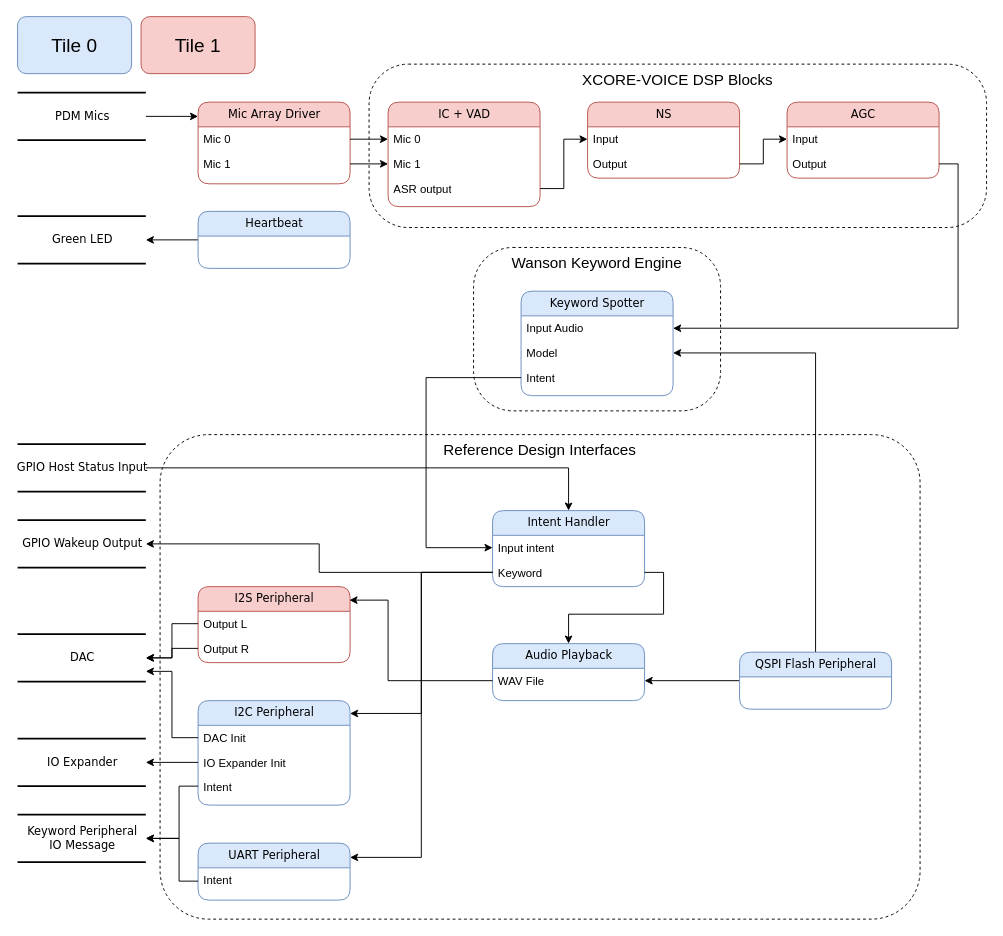
This is doc/diagrams/ffd_diagram.drawio from xmos/sln_voice, a draw.io file, before an edit. Source tidied: cells renumbered, new cells numbered last; positions are measured from the earlier drawing's top-left corner, leaving out a move shared by most shapes. Both pictures are drawn from the tidied source at 95%, with x=0, y=0 at pixel (17, 16).
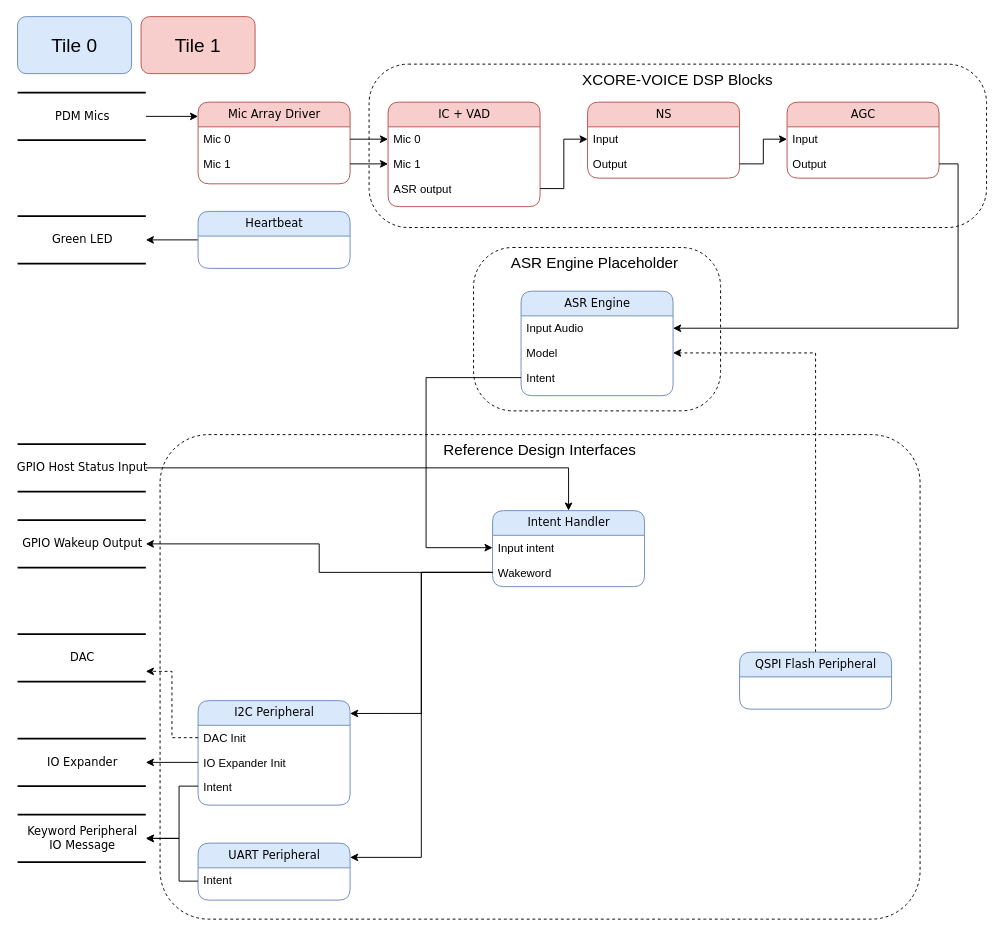
Above is the later version.

The change refers to these unchanged cells:
```xml
<mxCell id="22" value="Model" style="text;html=1;strokeColor=none;fillColor=none;spacingLeft=4;spacingRight=4;whiteSpace=wrap;overflow=hidden;points=[[0,0.5],[1,0.5]];portConstraint=eastwest;" parent="20" vertex="1">
  <mxGeometry y="52" width="160" height="26" as="geometry" />
</mxCell>
<mxCell id="39" value="QSPI Flash Peripheral" style="swimlane;html=1;fontStyle=0;horizontal=1;startSize=26;fillColor=#dae8fc;swimlaneFillColor=#ffffff;align=center;rounded=1;shadow=0;comic=0;labelBackgroundColor=none;strokeWidth=1;fontFamily=Verdana;fontSize=12;strokeColor=#6c8ebf;" parent="1" vertex="1">
  <mxGeometry x="760" y="669" width="160" height="60" as="geometry" />
</mxCell>
<mxCell id="40" value="DAC" style="html=1;rounded=0;shadow=0;comic=0;labelBackgroundColor=none;strokeWidth=2;fontFamily=Verdana;fontSize=12;align=center;shape=mxgraph.ios7ui.horLines;" parent="1" vertex="1">
  <mxGeometry y="650" width="135" height="50" as="geometry" />
</mxCell>
<mxCell id="43" value="DAC Init" style="text;html=1;strokeColor=none;fillColor=none;spacingLeft=4;spacingRight=4;whiteSpace=wrap;overflow=hidden;points=[[0,0.5],[1,0.5]];portConstraint=eastwest;" parent="42" vertex="1">
  <mxGeometry y="26" width="160" height="26" as="geometry" />
</mxCell>
<mxCell id="46" value="Intent Handler" style="swimlane;html=1;fontStyle=0;horizontal=1;startSize=26;fillColor=#dae8fc;swimlaneFillColor=#ffffff;align=center;rounded=1;shadow=0;comic=0;labelBackgroundColor=none;strokeWidth=1;fontFamily=Verdana;fontSize=12;strokeColor=#6c8ebf;" parent="1" vertex="1">
  <mxGeometry x="500" y="520" width="160" height="80" as="geometry" />
</mxCell>
```

Diff of the diagram source:
```diff
@@
-    <mxCell id="3" value="Wanson Keyword Engine" style="rounded=1;arcSize=24;whiteSpace=wrap;html=1;align=center;dashed=1;horizontal=1;verticalAlign=top;fontSize=16;" parent="1" vertex="1">
+    <mxCell id="3" value="ASR Engine Placeholder&amp;nbsp;" style="rounded=1;arcSize=24;whiteSpace=wrap;html=1;align=center;dashed=1;horizontal=1;verticalAlign=top;fontSize=16;" parent="1" vertex="1">
       <mxGeometry x="480" y="243" width="260" height="172" as="geometry" />
     </mxCell>
@@
-    <mxCell id="20" value="Keyword Spotter" style="swimlane;html=1;fontStyle=0;horizontal=1;startSize=26;fillColor=#dae8fc;swimlaneFillColor=#ffffff;align=center;rounded=1;shadow=0;comic=0;labelBackgroundColor=none;strokeWidth=1;fontFamily=Verdana;fontSize=12;strokeColor=#6c8ebf;" parent="1" vertex="1">
+    <mxCell id="20" value="ASR Engine" style="swimlane;html=1;fontStyle=0;horizontal=1;startSize=26;fillColor=#dae8fc;swimlaneFillColor=#ffffff;align=center;rounded=1;shadow=0;comic=0;labelBackgroundColor=none;strokeWidth=1;fontFamily=Verdana;fontSize=12;strokeColor=#6c8ebf;" parent="1" vertex="1">
       <mxGeometry x="530" y="289" width="160" height="110" as="geometry" />
     </mxCell>
@@
-    <mxCell id="34" value="I2S Peripheral" style="swimlane;html=1;fontStyle=0;horizontal=1;startSize=26;fillColor=#f8cecc;swimlaneFillColor=#ffffff;align=center;rounded=1;shadow=0;comic=0;labelBackgroundColor=none;strokeWidth=1;fontFamily=Verdana;fontSize=12;strokeColor=#b85450;" parent="1" vertex="1">
-      <mxGeometry x="190" y="600" width="160" height="80" as="geometry" />
-    </mxCell>
-    <mxCell id="35" value="Output L" style="text;html=1;strokeColor=none;fillColor=none;spacingLeft=4;spacingRight=4;whiteSpace=wrap;overflow=hidden;points=[[0,0.5],[1,0.5]];portConstraint=eastwest;" parent="34" vertex="1">
-      <mxGeometry y="26" width="160" height="26" as="geometry" />
-    </mxCell>
-    <mxCell id="36" value="Output R" style="text;html=1;strokeColor=none;fillColor=none;spacingLeft=4;spacingRight=4;whiteSpace=wrap;overflow=hidden;points=[[0,0.5],[1,0.5]];portConstraint=eastwest;" parent="34" vertex="1">
-      <mxGeometry y="52" width="160" height="26" as="geometry" />
-    </mxCell>
-    <mxCell id="37" style="edgeStyle=orthogonalEdgeStyle;rounded=0;jettySize=auto;html=1;entryX=1;entryY=0.5;entryDx=0;entryDy=0;fontSize=16;" parent="1" edge="1" source="39" target="22">
+    <mxCell id="37" style="edgeStyle=orthogonalEdgeStyle;rounded=0;jettySize=auto;html=1;entryX=1;entryY=0.5;entryDx=0;entryDy=0;fontSize=16;dashed=1;" parent="1" edge="1" source="39" target="22">
       <mxGeometry relative="1" as="geometry" />
     </mxCell>
-    <mxCell id="38" style="edgeStyle=orthogonalEdgeStyle;rounded=0;jettySize=auto;html=1;exitX=0;exitY=0.5;exitDx=0;exitDy=0;entryX=1;entryY=0.5;entryDx=0;entryDy=0;fontSize=16;" parent="1" edge="1" source="39" target="59">
-      <mxGeometry relative="1" as="geometry" />
-    </mxCell>
@@
-    <mxCell id="48" value="Keyword" style="text;html=1;strokeColor=none;fillColor=none;spacingLeft=4;spacingRight=4;whiteSpace=wrap;overflow=hidden;points=[[0,0.5],[1,0.5]];portConstraint=eastwest;" parent="46" vertex="1">
+    <mxCell id="48" value="Wakeword" style="text;html=1;strokeColor=none;fillColor=none;spacingLeft=4;spacingRight=4;whiteSpace=wrap;overflow=hidden;points=[[0,0.5],[1,0.5]];portConstraint=eastwest;" parent="46" vertex="1">
       <mxGeometry y="52" width="160" height="26" as="geometry" />
     </mxCell>
@@
-    <mxCell id="54" style="edgeStyle=orthogonalEdgeStyle;rounded=0;jettySize=auto;html=1;entryX=1;entryY=0.784;entryDx=0;entryDy=0;entryPerimeter=0;fontSize=16;" parent="1" edge="1" source="43" target="40">
+    <mxCell id="54" style="edgeStyle=orthogonalEdgeStyle;rounded=0;jettySize=auto;html=1;entryX=1;entryY=0.784;entryDx=0;entryDy=0;entryPerimeter=0;fontSize=16;dashed=1;" parent="1" edge="1" source="43" target="40">
       <mxGeometry relative="1" as="geometry" />
     </mxCell>
@@
-    <mxCell id="58" value="Audio Playback" style="swimlane;html=1;fontStyle=0;horizontal=1;startSize=26;fillColor=#dae8fc;swimlaneFillColor=#ffffff;align=center;rounded=1;shadow=0;comic=0;labelBackgroundColor=none;strokeWidth=1;fontFamily=Verdana;fontSize=12;strokeColor=#6c8ebf;" parent="1" vertex="1">
-      <mxGeometry x="500" y="660" width="160" height="60" as="geometry" />
-    </mxCell>
-    <mxCell id="59" value="WAV File" style="text;html=1;strokeColor=none;fillColor=none;spacingLeft=4;spacingRight=4;whiteSpace=wrap;overflow=hidden;points=[[0,0.5],[1,0.5]];portConstraint=eastwest;" parent="58" vertex="1">
-      <mxGeometry y="26" width="160" height="26" as="geometry" />
-    </mxCell>
-    <mxCell id="60" style="edgeStyle=orthogonalEdgeStyle;rounded=0;jettySize=auto;html=1;fontSize=16;" parent="1" edge="1" source="35" target="40">
-      <mxGeometry relative="1" as="geometry" />
-    </mxCell>
-    <mxCell id="61" style="edgeStyle=orthogonalEdgeStyle;rounded=0;jettySize=auto;html=1;fontSize=16;" parent="1" edge="1" source="36" target="40">
-      <mxGeometry relative="1" as="geometry" />
-    </mxCell>
@@
-    <mxCell id="64" style="edgeStyle=orthogonalEdgeStyle;rounded=0;jettySize=auto;html=1;entryX=0.996;entryY=0.178;entryDx=0;entryDy=0;entryPerimeter=0;fontSize=16;" parent="1" edge="1" source="59" target="34">
-      <mxGeometry relative="1" as="geometry">
-        <Array as="points">
-          <mxPoint x="390" y="699" />
-          <mxPoint x="390" y="614" />
-        </Array>
-      </mxGeometry>
-    </mxCell>
-    <mxCell id="65" style="edgeStyle=orthogonalEdgeStyle;rounded=0;jettySize=auto;html=1;exitX=1;exitY=0.5;exitDx=0;exitDy=0;fontSize=16;" parent="1" edge="1" source="48" target="58">
-      <mxGeometry relative="1" as="geometry" />
-    </mxCell>
```
